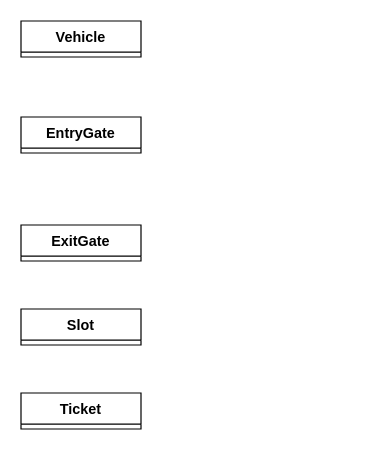
Earlier version of the draw.io diagram LowLevelDesigns/ParkingLot/Untitled Diagram.drawio (vinay4git/LowLevelDesign). Source tidied: cells renumbered, new cells numbered last; positions are measured from the earlier drawing's top-left corner, leaving out a move shared by most shapes. Both pictures are drawn from the tidied source at 120%, with x=0, y=0 at pixel (20, 20).
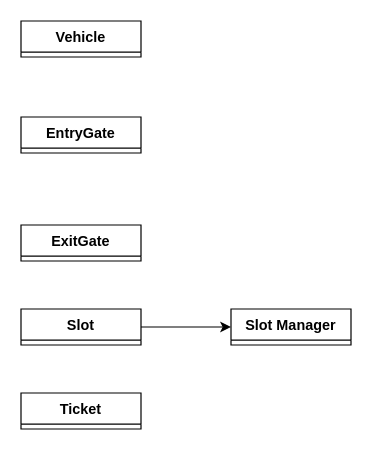
The same page after the edit.

Commit message:
updated UML with slot manager

What changed in the source:
```diff
@@
 <mxGraphModel>
   <root>
     <mxCell id="0" />
     <mxCell id="1" parent="0" />
     <mxCell id="2" value="Vehicle" style="swimlane;fontStyle=1;align=center;verticalAlign=top;horizontal=1;startSize=26;whiteSpace=wrap;html=1;" parent="1" vertex="1" collapsed="1">
       <mxGeometry width="100" height="30" as="geometry" />
     </mxCell>
     <mxCell id="3" value="EntryGate" style="swimlane;fontStyle=1;align=center;verticalAlign=top;horizontal=1;startSize=26;whiteSpace=wrap;html=1;" parent="1" vertex="1" collapsed="1">
       <mxGeometry y="80" width="100" height="30" as="geometry" />
     </mxCell>
     <mxCell id="4" value="ExitGate" style="swimlane;fontStyle=1;align=center;verticalAlign=top;horizontal=1;startSize=26;whiteSpace=wrap;html=1;" parent="1" vertex="1" collapsed="1">
       <mxGeometry y="170" width="100" height="30" as="geometry" />
     </mxCell>
+    <mxCell id="7" style="edgeStyle=orthogonalEdgeStyle;rounded=0;jettySize=auto;html=1;entryX=0;entryY=0.5;entryDx=0;entryDy=0;" parent="1" edge="1" source="5" target="8">
+      <mxGeometry relative="1" as="geometry" />
+    </mxCell>
     <mxCell id="5" value="Slot" style="swimlane;fontStyle=1;align=center;verticalAlign=top;horizontal=1;startSize=26;whiteSpace=wrap;html=1;" parent="1" vertex="1" collapsed="1">
       <mxGeometry y="240" width="100" height="30" as="geometry" />
     </mxCell>
     <mxCell id="6" value="Ticket" style="swimlane;fontStyle=1;align=center;verticalAlign=top;horizontal=1;startSize=26;whiteSpace=wrap;html=1;" parent="1" vertex="1" collapsed="1">
       <mxGeometry y="310" width="100" height="30" as="geometry" />
     </mxCell>
+    <mxCell id="8" value="Slot Manager" style="swimlane;fontStyle=1;align=center;verticalAlign=top;horizontal=1;startSize=26;whiteSpace=wrap;html=1;" parent="1" vertex="1" collapsed="1">
+      <mxGeometry x="175" y="240" width="100" height="30" as="geometry" />
+    </mxCell>
   </root>
 </mxGraphModel>
```
